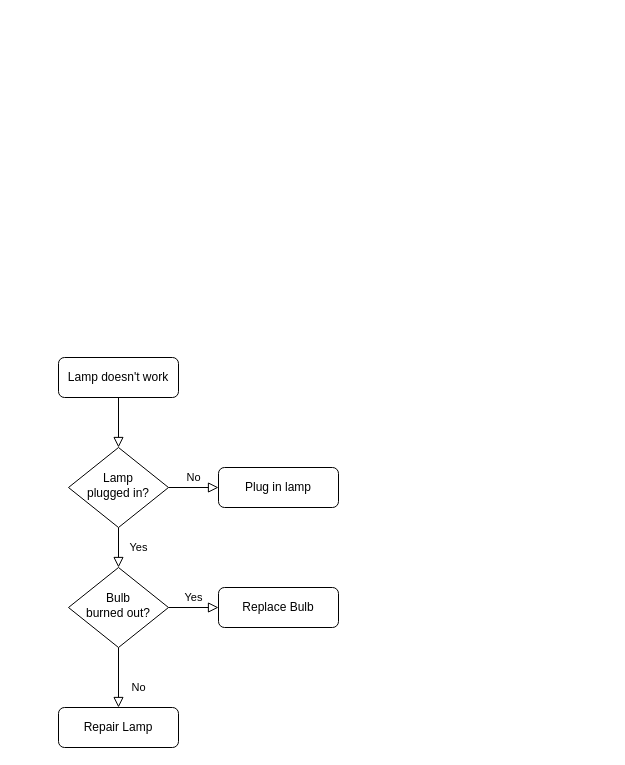
The draw.io diagram src/제목 없는 다이어그램.drawio in k295-Java-semi/java-mini, before the edit. Source tidied: cells renumbered, new cells numbered last; positions are measured from the earlier drawing's top-left corner, leaving out a move shared by most shapes. Both pictures are drawn from the tidied source at 100%, with x=0, y=0 at pixel (58, 357).
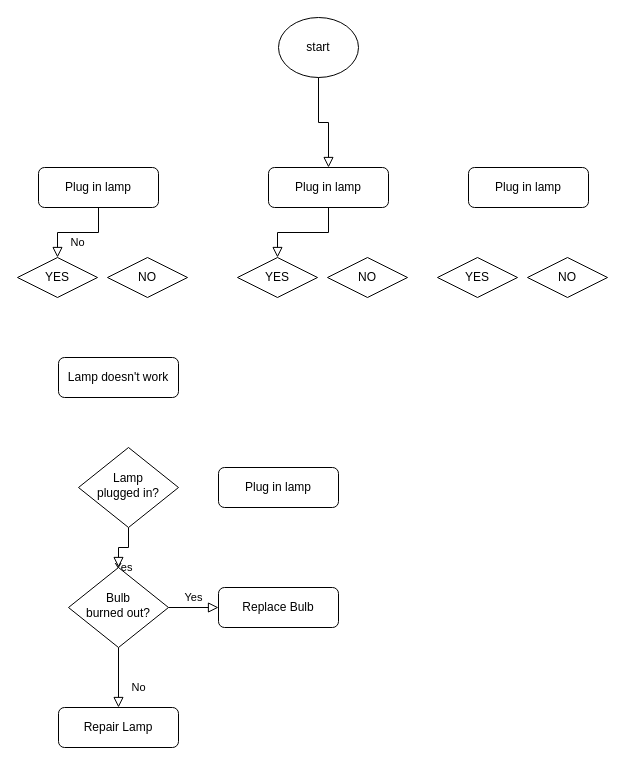
Above is the later version.

The change refers to these unchanged cells:
```xml
<mxCell id="3" value="Lamp doesn't work" style="rounded=1;whiteSpace=wrap;html=1;fontSize=12;glass=0;strokeWidth=1;shadow=0;" parent="1" vertex="1">
  <mxGeometry width="120" height="40" as="geometry" />
</mxCell>
<mxCell id="7" value="Plug in lamp" style="rounded=1;whiteSpace=wrap;html=1;fontSize=12;glass=0;strokeWidth=1;shadow=0;" parent="1" vertex="1">
  <mxGeometry x="160" y="110" width="120" height="40" as="geometry" />
</mxCell>
```

What changed in the source:
```diff
@@
-    <mxCell id="2" style="rounded=0;html=1;jettySize=auto;fontSize=11;endArrow=block;endFill=0;endSize=8;strokeWidth=1;shadow=0;labelBackgroundColor=none;edgeStyle=orthogonalEdgeStyle;" parent="1" edge="1" source="3" target="6">
+    <mxCell id="2" style="rounded=0;html=1;jettySize=auto;fontSize=11;endArrow=block;endFill=0;endSize=8;strokeWidth=1;shadow=0;labelBackgroundColor=none;edgeStyle=orthogonalEdgeStyle;exitX=0.5;exitY=1;exitDx=0;exitDy=0;entryX=0.5;entryY=0;entryDx=0;entryDy=0;" parent="1" edge="1" source="15" target="20">
       <mxGeometry relative="1" as="geometry" />
     </mxCell>
@@
-    <mxCell id="5" value="No" style="edgeStyle=orthogonalEdgeStyle;rounded=0;html=1;jettySize=auto;fontSize=11;endArrow=block;endFill=0;endSize=8;strokeWidth=1;shadow=0;labelBackgroundColor=none;" parent="1" edge="1" source="6" target="7">
+    <mxCell id="5" value="No" style="edgeStyle=orthogonalEdgeStyle;rounded=0;html=1;jettySize=auto;fontSize=11;endArrow=block;endFill=0;endSize=8;strokeWidth=1;shadow=0;labelBackgroundColor=none;exitX=0.5;exitY=1;exitDx=0;exitDy=0;entryX=0.5;entryY=0;entryDx=0;entryDy=0;" parent="1" edge="1" source="14" target="18">
       <mxGeometry y="10" relative="1" as="geometry" />
     </mxCell>
     <mxCell id="6" value="Lamp&lt;br&gt;plugged in?" style="rhombus;whiteSpace=wrap;html=1;shadow=0;fontFamily=Helvetica;fontSize=12;align=center;strokeWidth=1;spacing=6;spacingTop=-4;" parent="1" vertex="1">
-      <mxGeometry x="10" y="90" width="100" height="80" as="geometry" />
+      <mxGeometry x="20" y="90" width="100" height="80" as="geometry" />
     </mxCell>
@@
+    <mxCell id="13" value="start" style="ellipse;whiteSpace=wrap;html=1;" parent="1" vertex="1">
+      <mxGeometry x="220" y="-340" width="80" height="60" as="geometry" />
+    </mxCell>
+    <mxCell id="14" value="Plug in lamp" style="rounded=1;whiteSpace=wrap;html=1;fontSize=12;glass=0;strokeWidth=1;shadow=0;" parent="1" vertex="1">
+      <mxGeometry x="-20" y="-190" width="120" height="40" as="geometry" />
+    </mxCell>
+    <mxCell id="15" value="Plug in lamp" style="rounded=1;whiteSpace=wrap;html=1;fontSize=12;glass=0;strokeWidth=1;shadow=0;" parent="1" vertex="1">
+      <mxGeometry x="210" y="-190" width="120" height="40" as="geometry" />
+    </mxCell>
+    <mxCell id="16" value="Plug in lamp" style="rounded=1;whiteSpace=wrap;html=1;fontSize=12;glass=0;strokeWidth=1;shadow=0;" parent="1" vertex="1">
+      <mxGeometry x="410" y="-190" width="120" height="40" as="geometry" />
+    </mxCell>
+    <mxCell id="17" style="group;" parent="1" vertex="1">
+      <mxGeometry x="-41" y="-100" width="590" height="40" as="geometry" />
+    </mxCell>
+    <mxCell id="18" value="YES" style="rhombus;whiteSpace=wrap;html=1;" parent="17" vertex="1">
+      <mxGeometry width="80" height="40" as="geometry" />
+    </mxCell>
+    <mxCell id="19" value="NO" style="rhombus;whiteSpace=wrap;html=1;" parent="17" vertex="1">
+      <mxGeometry x="90" width="80" height="40" as="geometry" />
+    </mxCell>
+    <mxCell id="20" value="YES" style="rhombus;whiteSpace=wrap;html=1;" parent="17" vertex="1">
+      <mxGeometry x="220" width="80" height="40" as="geometry" />
+    </mxCell>
+    <mxCell id="21" value="NO" style="rhombus;whiteSpace=wrap;html=1;" parent="17" vertex="1">
+      <mxGeometry x="310" width="80" height="40" as="geometry" />
+    </mxCell>
+    <mxCell id="22" value="YES" style="rhombus;whiteSpace=wrap;html=1;" parent="17" vertex="1">
+      <mxGeometry x="420" width="80" height="40" as="geometry" />
+    </mxCell>
+    <mxCell id="23" value="NO" style="rhombus;whiteSpace=wrap;html=1;" parent="17" vertex="1">
+      <mxGeometry x="510" width="80" height="40" as="geometry" />
+    </mxCell>
+    <mxCell id="24" style="rounded=0;html=1;jettySize=auto;fontSize=11;endArrow=block;endFill=0;endSize=8;strokeWidth=1;shadow=0;labelBackgroundColor=none;edgeStyle=orthogonalEdgeStyle;entryX=0.5;entryY=0;entryDx=0;entryDy=0;" parent="1" edge="1" source="13" target="15">
+      <mxGeometry relative="1" as="geometry" />
+    </mxCell>
```
